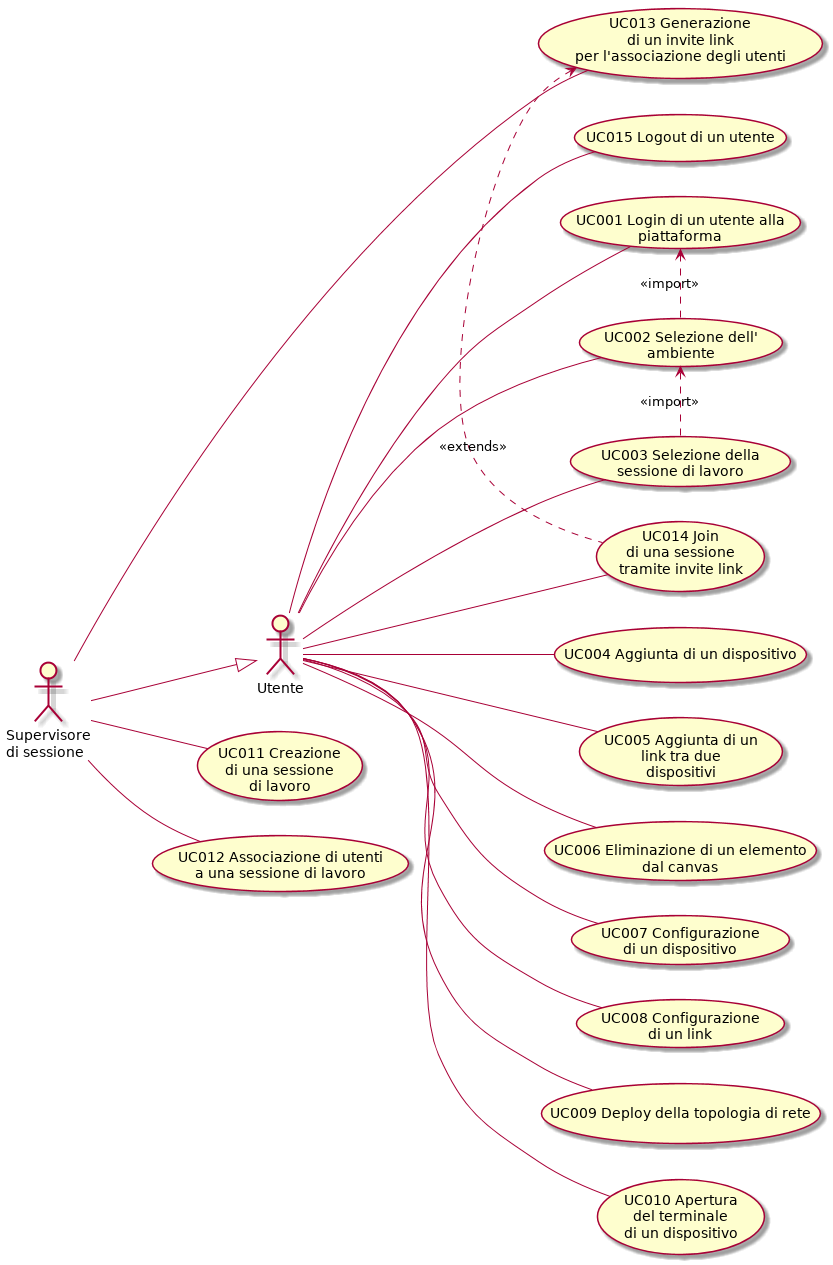
The PlantUML diagram capitoli/diagramma-casi-d-uso.png in patriziotufarolo/gestioneprogetti, before a commit.
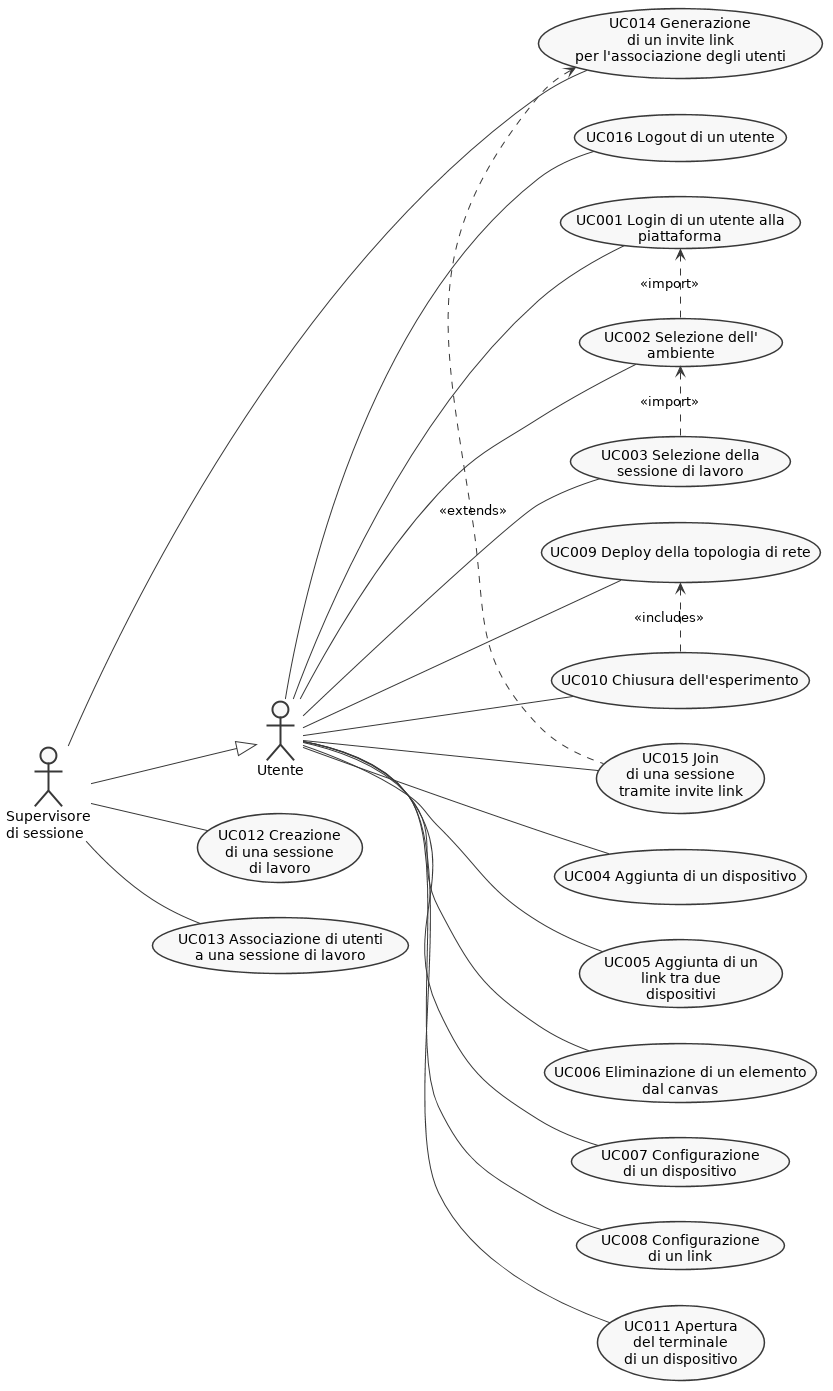
Above is the later version.

What changed in the source:
```diff
@@ -1,4 +1,6 @@
 @startuml
+skinparam monochrome true
+skinparam shadowing false
 left to right direction
 actor Utente
 
@@ -16,12 +18,13 @@
 usecase (UC007 Configurazione\ndi un dispositivo) as UC007
 usecase (UC008 Configurazione\ndi un link) as UC008
 usecase (UC009 Deploy della topologia di rete) as UC009
-usecase (UC010 Apertura\ndel terminale\ndi un dispositivo) as UC010
-usecase (UC011 Creazione\ndi una sessione\ndi lavoro) as UC011
-usecase (UC012 Associazione di utenti\na una sessione di lavoro) as UC012
-usecase (UC013 Generazione\ndi un invite link\nper l'associazione degli utenti) as UC013
-usecase (UC014 Join\ndi una sessione\ntramite invite link) as UC014
-usecase (UC015 Logout di un utente) as UC015
+usecase (UC010 Chiusura dell'esperimento) as UC010
+usecase (UC011 Apertura\ndel terminale\ndi un dispositivo) as UC011
+usecase (UC012 Creazione\ndi una sessione\ndi lavoro) as UC012
+usecase (UC013 Associazione di utenti\na una sessione di lavoro) as UC013
+usecase (UC014 Generazione\ndi un invite link\nper l'associazione degli utenti) as UC014
+usecase (UC015 Join\ndi una sessione\ntramite invite link) as UC015
+usecase (UC016 Logout di un utente) as UC016
 
 
 Utente -- UC001
@@ -34,10 +37,12 @@
 Utente -- UC008
 Utente -- UC009
 Utente -- UC010
-Supervisore -- UC011
+UC009 <. UC010: <<includes>>
+Utente -- UC011
 Supervisore -- UC012
 Supervisore -- UC013
-Utente -- UC014
+Supervisore -- UC014
 Utente -- UC015
-UC013 <. UC014 : <<extends>>
+Utente -- UC016
+UC014 <. UC015 : <<extends>>
 @enduml
```
